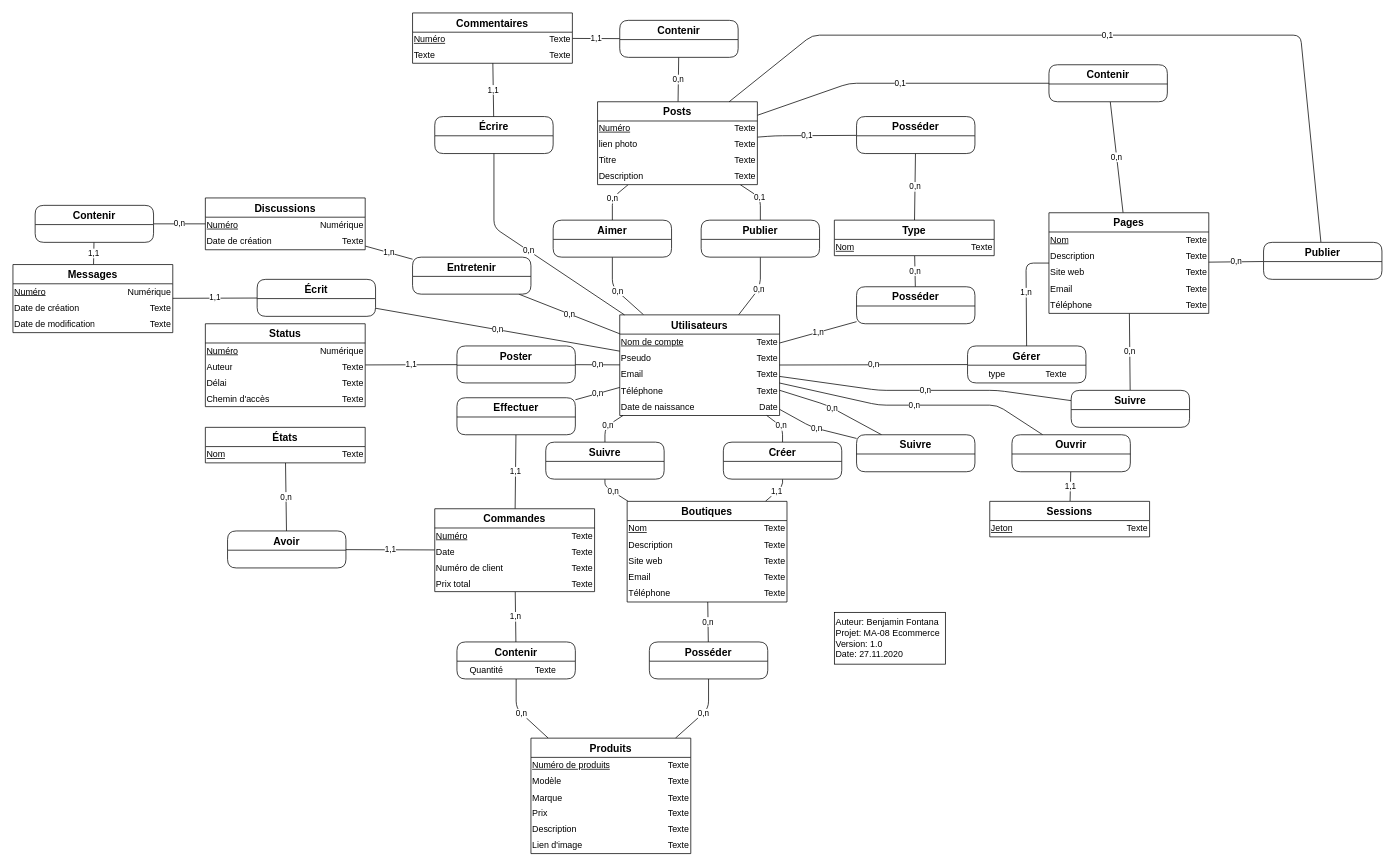
The draw.io diagram MCD RS.drawio in R0kkxSynetique/MA-08-Modele_ReseauSocial, before the edit. Source tidied: cells renumbered, new cells numbered last; positions are measured from the earlier drawing's top-left corner, leaving out a move shared by most shapes. Both pictures are drawn from the tidied source at 74%, with x=0, y=0 at pixel (13, 13).
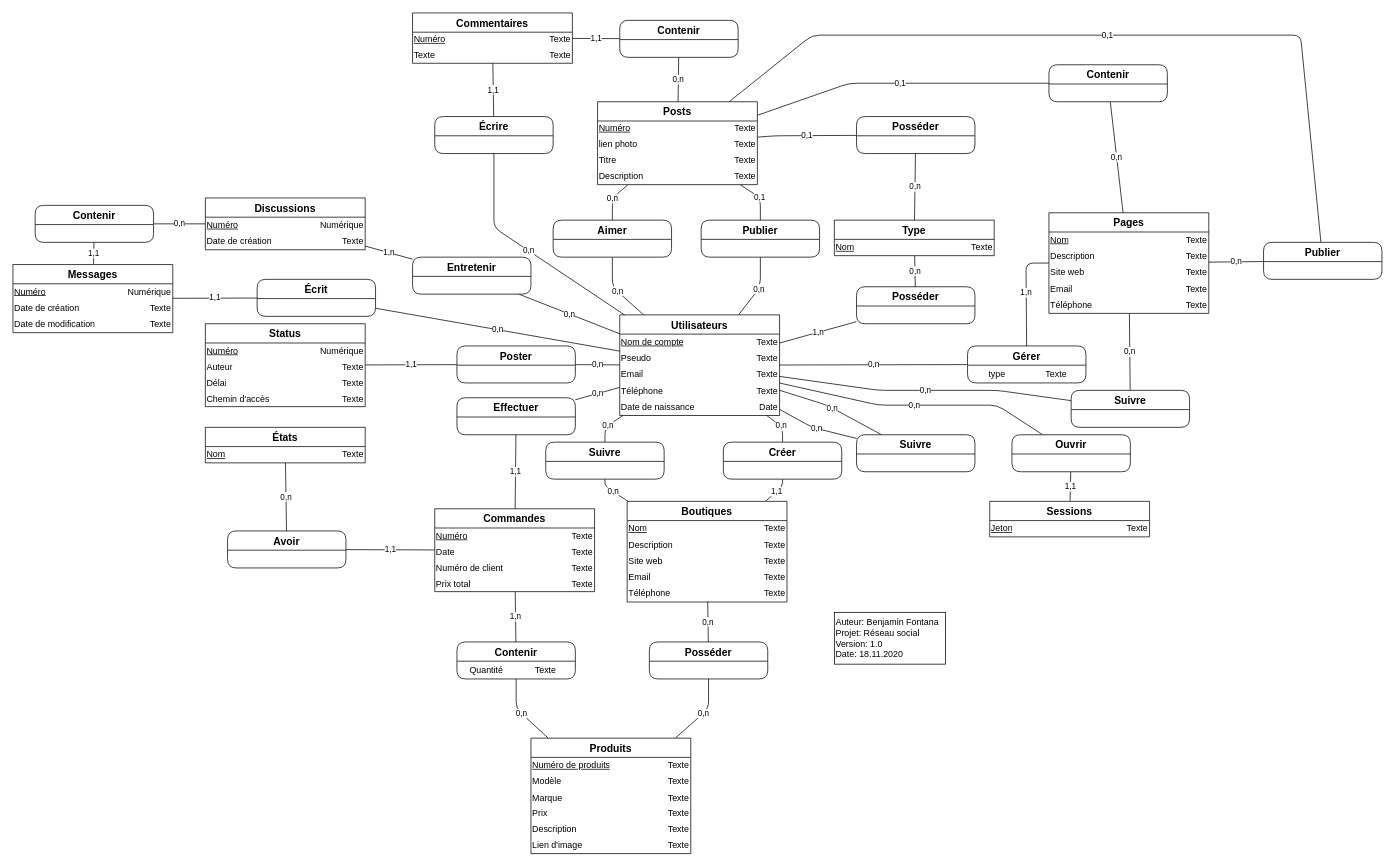
Above is the later version.

Diff of the diagram source:
```diff
@@
-    <mxCell id="132" value="Auteur: Benjamin Fontana&lt;br&gt;Projet: MA-08 Ecommerce&lt;br&gt;Version: 1.0&lt;br&gt;&lt;div&gt;&lt;span&gt;Date: 27.11.2020&lt;/span&gt;&lt;/div&gt;" style="rounded=0;whiteSpace=wrap;html=1;align=left;" parent="1" vertex="1">
+    <mxCell id="132" value="Auteur: Benjamin Fontana&lt;br&gt;Projet: Réseau social&lt;br&gt;Version: 1.0&lt;br&gt;&lt;div&gt;&lt;span&gt;Date: 18.11.2020&lt;/span&gt;&lt;/div&gt;" style="rounded=0;whiteSpace=wrap;html=1;align=left;" parent="1" vertex="1">
       <mxGeometry x="1110" y="810" width="150" height="70" as="geometry" />
     </mxCell>
```
